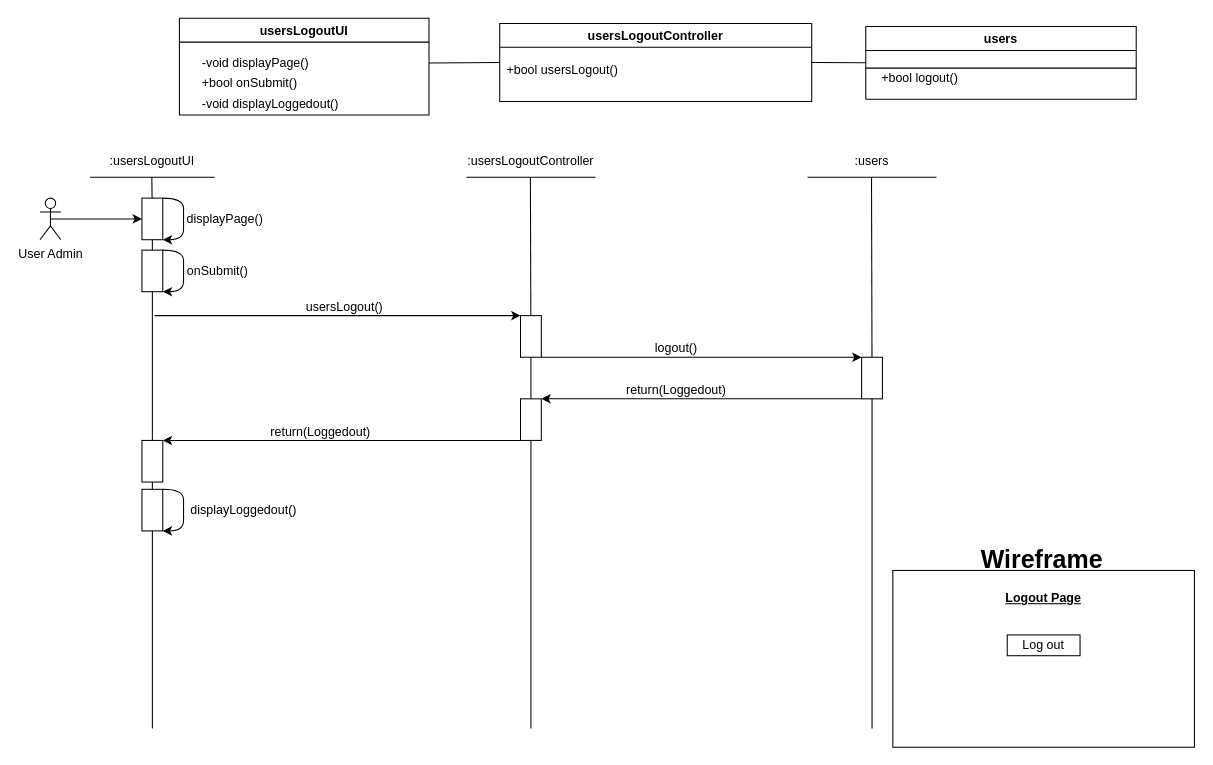
This is BCE_UML_and_Diagrams/Userstory#2/UserStory#2_BCE_SEQ.drawio from extred5700/JAVAGUI-Restaurant-Table-Order-System, a draw.io file, before an edit. Source tidied: cells renumbered, new cells numbered last; positions are measured from the earlier drawing's top-left corner, leaving out a move shared by most shapes. Both pictures are drawn from the tidied source at 104%, with x=0, y=0 at pixel (40, 18).
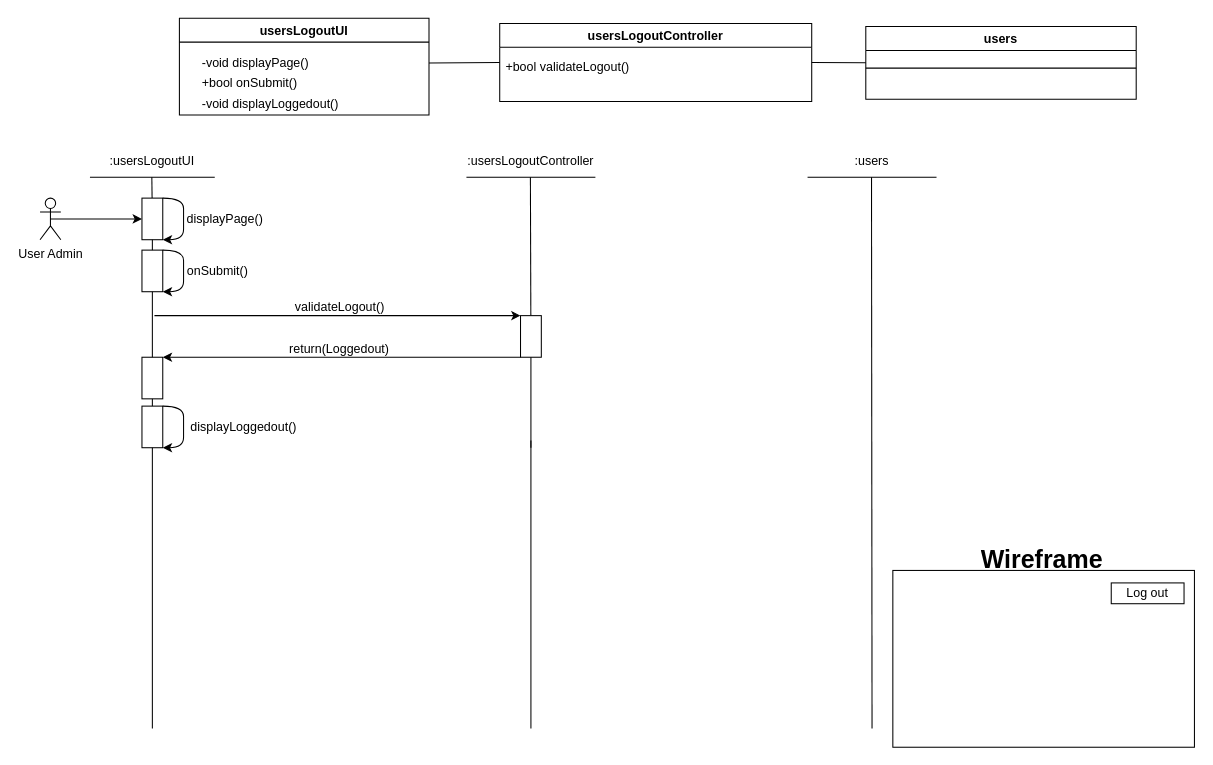
The same page after the edit.

Commit message (it also covers changes not shown here):
Updated BCE UML for logout userstories

The change refers to these unchanged cells:
```xml
<mxCell id="6" value="usersLogoutController" style="swimlane;" parent="1" vertex="1">
  <mxGeometry x="442" y="5" width="300" height="75" as="geometry" />
</mxCell>
<mxCell id="8" value="users" style="swimlane;strokeColor=default;" parent="1" vertex="1">
  <mxGeometry x="794" y="8" width="260" height="70" as="geometry" />
</mxCell>
<mxCell id="31" style="rounded=0;whiteSpace=wrap;html=1;strokeColor=default;" parent="1" vertex="1">
  <mxGeometry x="462" y="286" width="20" height="40" as="geometry" />
</mxCell>
```

Change to the diagram source:
```diff
@@
-    <mxCell id="7" value="+bool usersLogout()" style="text;html=1;align=center;verticalAlign=middle;strokeColor=none;fillColor=none;" parent="6" vertex="1">
-      <mxGeometry y="35" width="120" height="20" as="geometry" />
+    <mxCell id="7" value="+bool validateLogout()" style="text;html=1;align=center;verticalAlign=middle;strokeColor=none;fillColor=none;" parent="6" vertex="1">
+      <mxGeometry y="31.5" width="130" height="20" as="geometry" />
     </mxCell>
@@
-    <mxCell id="9" value="&lt;div style=&quot;text-align: center&quot;&gt;&lt;span&gt;+bool logout(&lt;/span&gt;&lt;span style=&quot;text-align: left&quot;&gt;)&lt;/span&gt;&lt;/div&gt;" style="text;html=1;align=right;verticalAlign=middle;strokeColor=none;fillColor=none;" parent="8" vertex="1">
-      <mxGeometry y="40" width="90" height="20" as="geometry" />
-    </mxCell>
@@
-    <mxCell id="23" style="endArrow=none;html=1;rounded=0;startArrow=none;" parent="1" edge="1" source="35">
+    <mxCell id="23" style="endArrow=none;html=1;rounded=0;startArrow=none;" parent="1" edge="1">
       <mxGeometry relative="1" as="geometry">
+        <mxPoint x="800" y="683" as="sourcePoint" />
         <mxPoint x="799.5" y="153" as="targetPoint" />
       </mxGeometry>
     </mxCell>
@@
-    <mxCell id="32" style="endArrow=none;html=1;rounded=0;startArrow=none;" parent="1" edge="1" source="39" target="31">
-      <mxGeometry relative="1" as="geometry" />
+    <mxCell id="32" style="endArrow=none;html=1;rounded=0;startArrow=none;" parent="1" edge="1" target="31">
+      <mxGeometry relative="1" as="geometry">
+        <mxPoint x="472" y="413" as="sourcePoint" />
+      </mxGeometry>
     </mxCell>
@@
-    <mxCell id="34" value="usersLogout()" style="text;html=1;strokeColor=none;fillColor=none;align=center;verticalAlign=middle;whiteSpace=wrap;rounded=0;" parent="1" vertex="1">
-      <mxGeometry x="245" y="263" width="96" height="30" as="geometry" />
+    <mxCell id="34" value="&lt;span&gt;validateLogout()&lt;/span&gt;" style="text;html=1;strokeColor=none;fillColor=none;align=center;verticalAlign=middle;whiteSpace=wrap;rounded=0;" parent="1" vertex="1">
+      <mxGeometry x="233.5" y="263" width="109" height="30" as="geometry" />
     </mxCell>
-    <mxCell id="35" style="rounded=0;whiteSpace=wrap;html=1;strokeColor=default;" parent="1" vertex="1">
-      <mxGeometry x="790" y="326" width="20" height="40" as="geometry" />
-    </mxCell>
-    <mxCell id="36" style="endArrow=none;html=1;rounded=0;" parent="1" edge="1" target="35">
-      <mxGeometry relative="1" as="geometry">
-        <mxPoint x="800" y="683" as="sourcePoint" />
-      </mxGeometry>
-    </mxCell>
-    <mxCell id="37" style="endArrow=classic;html=1;rounded=0;entryX=0;entryY=0;entryDx=0;entryDy=0;exitX=1;exitY=1;exitDx=0;exitDy=0;" parent="1" edge="1" source="31" target="35">
-      <mxGeometry relative="1" as="geometry" />
-    </mxCell>
-    <mxCell id="38" value="logout()" style="text;html=1;strokeColor=none;fillColor=none;align=center;verticalAlign=middle;whiteSpace=wrap;rounded=0;" parent="1" vertex="1">
-      <mxGeometry x="472" y="302" width="280" height="30" as="geometry" />
-    </mxCell>
-    <mxCell id="39" style="rounded=0;whiteSpace=wrap;html=1;strokeColor=default;" parent="1" vertex="1">
-      <mxGeometry x="462" y="366" width="20" height="40" as="geometry" />
-    </mxCell>
-    <mxCell id="40" style="endArrow=none;html=1;rounded=0;" parent="1" edge="1" target="39">
+    <mxCell id="40" style="endArrow=none;html=1;rounded=0;" parent="1" edge="1">
       <mxGeometry relative="1" as="geometry">
         <mxPoint x="472" y="683" as="sourcePoint" />
+        <mxPoint x="472" y="406" as="targetPoint" />
       </mxGeometry>
     </mxCell>
-    <mxCell id="41" style="endArrow=classic;html=1;rounded=0;exitX=0;exitY=1;exitDx=0;exitDy=0;entryX=1;entryY=0;entryDx=0;entryDy=0;" parent="1" edge="1" source="35" target="39">
-      <mxGeometry relative="1" as="geometry" />
-    </mxCell>
-    <mxCell id="42" value="return(Loggedout)" style="text;html=1;strokeColor=none;fillColor=none;align=center;verticalAlign=middle;whiteSpace=wrap;rounded=0;" parent="1" vertex="1">
-      <mxGeometry x="472" y="343" width="280" height="30" as="geometry" />
-    </mxCell>
     <mxCell id="43" style="rounded=0;whiteSpace=wrap;html=1;strokeColor=default;" parent="1" vertex="1">
-      <mxGeometry x="98" y="406" width="20" height="40" as="geometry" />
+      <mxGeometry x="98" y="326" width="20" height="40" as="geometry" />
     </mxCell>
-    <mxCell id="44" style="endArrow=classic;html=1;rounded=0;entryX=1;entryY=0;entryDx=0;entryDy=0;exitX=0;exitY=1;exitDx=0;exitDy=0;" parent="1" edge="1" source="39" target="43">
-      <mxGeometry relative="1" as="geometry" />
+    <mxCell id="44" style="endArrow=classic;html=1;rounded=0;entryX=1;entryY=0;entryDx=0;entryDy=0;exitX=0;exitY=1;exitDx=0;exitDy=0;" parent="1" edge="1" target="43">
+      <mxGeometry relative="1" as="geometry">
+        <mxPoint x="462" y="326" as="sourcePoint" />
+      </mxGeometry>
     </mxCell>
     <mxCell id="45" value="return(Loggedout)" style="text;html=1;strokeColor=none;fillColor=none;align=center;verticalAlign=middle;whiteSpace=wrap;rounded=0;" parent="1" vertex="1">
-      <mxGeometry x="130" y="383" width="280" height="30" as="geometry" />
+      <mxGeometry x="148" y="303" width="280" height="30" as="geometry" />
     </mxCell>
     <mxCell id="46" style="rounded=0;whiteSpace=wrap;html=1;strokeColor=default;" parent="1" vertex="1">
-      <mxGeometry x="98" y="453" width="20" height="40" as="geometry" />
+      <mxGeometry x="98" y="373" width="20" height="40" as="geometry" />
     </mxCell>
     <mxCell id="47" style="curved=1;endArrow=classic;html=1;rounded=0;exitX=1;exitY=0;exitDx=0;exitDy=0;entryX=1;entryY=1;entryDx=0;entryDy=0;" parent="1" edge="1" source="46" target="46">
       <mxGeometry relative="1" as="geometry">
         <Array as="points">
-          <mxPoint x="138" y="453" />
-          <mxPoint x="138" y="473" />
-          <mxPoint x="138" y="493" />
+          <mxPoint x="138" y="373" />
+          <mxPoint x="138" y="393" />
+          <mxPoint x="138" y="413" />
         </Array>
       </mxGeometry>
     </mxCell>
     <mxCell id="48" value="d&lt;span style=&quot;text-align: left&quot;&gt;isplayLoggedout()&lt;/span&gt;" style="text;html=1;strokeColor=none;fillColor=none;align=center;verticalAlign=middle;whiteSpace=wrap;rounded=0;" parent="1" vertex="1">
-      <mxGeometry x="148" y="458" width="96" height="30" as="geometry" />
+      <mxGeometry x="148" y="378" width="96" height="30" as="geometry" />
     </mxCell>
@@
-    <mxCell id="51" value="Logout Page" style="text;html=1;strokeColor=none;fillColor=none;align=center;verticalAlign=middle;whiteSpace=wrap;rounded=0;fontStyle=5;" parent="1" vertex="1">
-      <mxGeometry x="920" y="543" width="90" height="30" as="geometry" />
-    </mxCell>
     <mxCell id="52" value="Log out" style="rounded=0;whiteSpace=wrap;html=1;strokeColor=default;" parent="1" vertex="1">
-      <mxGeometry x="930" y="593" width="70" height="20" as="geometry" />
+      <mxGeometry x="1030" y="543" width="70" height="20" as="geometry" />
     </mxCell>
```
